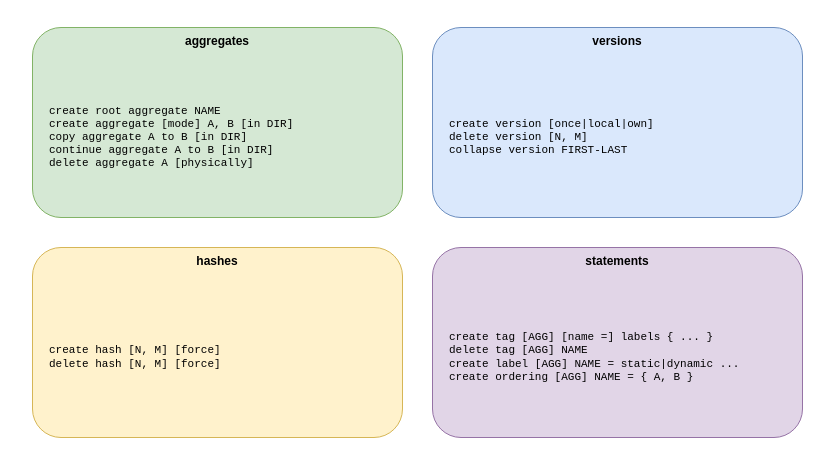
Above: drawio/13_wizard_commands.drawio in goloveshin/galimatron_doc (draw.io), before the change. Source tidied: cells renumbered, new cells numbered last; positions are measured from the earlier drawing's top-left corner, leaving out a move shared by most shapes. Both pictures are drawn from the tidied source at 100%, with x=0, y=0 at pixel (32, 27).
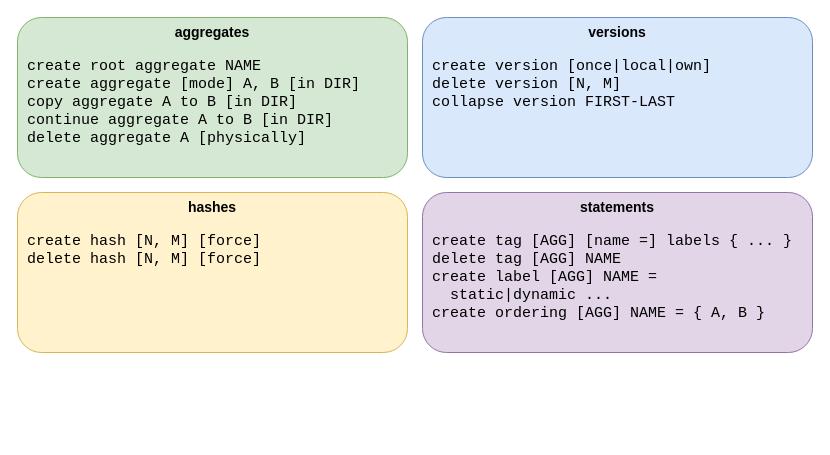
The same diagram, later.

What changed in the source:
```diff
@@
 <mxGraphModel>
   <root>
     <mxCell id="0" />
     <mxCell id="1" parent="0" />
-    <mxCell id="2" value="aggregates" style="rounded=1;whiteSpace=wrap;html=1;fillColor=#d5e8d4;strokeColor=#82b366;verticalAlign=top;fontStyle=1;" parent="1" vertex="1">
-      <mxGeometry width="370" height="190" as="geometry" />
+    <mxCell id="2" value="aggregates" style="rounded=1;whiteSpace=wrap;html=1;fillColor=#d5e8d4;strokeColor=#82b366;verticalAlign=top;fontStyle=1;fontSize=14;" parent="1" vertex="1">
+      <mxGeometry x="-15" y="-10" width="390" height="160" as="geometry" />
     </mxCell>
-    <mxCell id="3" value="create root aggregate NAME&lt;br&gt;create aggregate [mode] A, B [in DIR]&lt;br&gt;copy aggregate A to B [in DIR]&lt;br&gt;continue aggregate A to B [in DIR]&lt;br&gt;delete aggregate A [physically]" style="text;html=1;whiteSpace=wrap;verticalAlign=middle;align=left;fontSize=11;fontFamily=Courier New;" parent="1" vertex="1">
-      <mxGeometry x="15" y="35" width="340" height="150" as="geometry" />
+    <mxCell id="3" value="create root aggregate NAME&lt;br&gt;create aggregate [mode] A, B [in DIR]&lt;br&gt;copy aggregate A to B [in DIR]&lt;br&gt;continue aggregate A to B [in DIR]&lt;br&gt;delete aggregate A [physically]" style="text;html=1;whiteSpace=wrap;verticalAlign=top;align=left;fontSize=15;fontFamily=Courier New;" parent="1" vertex="1">
+      <mxGeometry x="-7" y="24" width="374" height="120" as="geometry" />
     </mxCell>
-    <mxCell id="4" value="versions" style="rounded=1;whiteSpace=wrap;html=1;fillColor=#dae8fc;strokeColor=#6c8ebf;verticalAlign=top;fontStyle=1;" parent="1" vertex="1">
-      <mxGeometry x="400" width="370" height="190" as="geometry" />
+    <mxCell id="4" value="versions" style="rounded=1;whiteSpace=wrap;html=1;fillColor=#dae8fc;strokeColor=#6c8ebf;verticalAlign=top;fontStyle=1;fontSize=14;" parent="1" vertex="1">
+      <mxGeometry x="390" y="-10" width="390" height="160" as="geometry" />
     </mxCell>
-    <mxCell id="5" value="create version [once|local|own]&lt;br&gt;delete version [N, M]&lt;br&gt;collapse version FIRST-LAST" style="text;html=1;whiteSpace=wrap;verticalAlign=middle;align=left;fontSize=11;fontFamily=Courier New;" parent="1" vertex="1">
-      <mxGeometry x="415" y="35" width="340" height="150" as="geometry" />
+    <mxCell id="5" value="create version [once|local|own]&lt;br&gt;delete version [N, M]&lt;br&gt;collapse version FIRST-LAST" style="text;html=1;whiteSpace=wrap;verticalAlign=top;align=left;fontSize=15;fontFamily=Courier New;" parent="1" vertex="1">
+      <mxGeometry x="398" y="24" width="374" height="120" as="geometry" />
     </mxCell>
-    <mxCell id="6" value="hashes" style="rounded=1;whiteSpace=wrap;html=1;fillColor=#fff2cc;strokeColor=#d6b656;verticalAlign=top;fontStyle=1;" parent="1" vertex="1">
-      <mxGeometry y="220" width="370" height="190" as="geometry" />
+    <mxCell id="6" value="hashes" style="rounded=1;whiteSpace=wrap;html=1;fillColor=#fff2cc;strokeColor=#d6b656;verticalAlign=top;fontStyle=1;fontSize=14;" parent="1" vertex="1">
+      <mxGeometry x="-15" y="165" width="390" height="160" as="geometry" />
     </mxCell>
-    <mxCell id="7" value="create hash [N, M] [force]&lt;br&gt;delete hash [N, M] [force]" style="text;html=1;whiteSpace=wrap;verticalAlign=middle;align=left;fontSize=11;fontFamily=Courier New;" parent="1" vertex="1">
-      <mxGeometry x="15" y="255" width="340" height="150" as="geometry" />
+    <mxCell id="7" value="create hash [N, M] [force]&lt;br&gt;delete hash [N, M] [force]" style="text;html=1;whiteSpace=wrap;verticalAlign=top;align=left;fontSize=15;fontFamily=Courier New;" parent="1" vertex="1">
+      <mxGeometry x="-7" y="199" width="374" height="120" as="geometry" />
     </mxCell>
-    <mxCell id="8" value="statements" style="rounded=1;whiteSpace=wrap;html=1;fillColor=#e1d5e7;strokeColor=#9673a6;verticalAlign=top;fontStyle=1;" parent="1" vertex="1">
-      <mxGeometry x="400" y="220" width="370" height="190" as="geometry" />
+    <mxCell id="8" value="statements" style="rounded=1;whiteSpace=wrap;html=1;fillColor=#e1d5e7;strokeColor=#9673a6;verticalAlign=top;fontStyle=1;fontSize=14;" parent="1" vertex="1">
+      <mxGeometry x="390" y="165" width="390" height="160" as="geometry" />
     </mxCell>
-    <mxCell id="9" value="create tag [AGG] [name =] labels { ... }&lt;br&gt;delete tag [AGG] NAME&lt;br&gt;create label [AGG] NAME = static|dynamic ...&lt;br&gt;create ordering [AGG] NAME = { A, B }" style="text;html=1;whiteSpace=wrap;verticalAlign=middle;align=left;fontSize=11;fontFamily=Courier New;" parent="1" vertex="1">
-      <mxGeometry x="415" y="255" width="340" height="150" as="geometry" />
+    <mxCell id="9" value="create tag [AGG] [name =] labels { ... }&lt;br&gt;delete tag [AGG] NAME&lt;br&gt;create label [AGG] NAME =&lt;br&gt;&amp;nbsp;&amp;nbsp;static|dynamic ...&lt;br&gt;create ordering [AGG] NAME = { A, B }" style="text;html=1;whiteSpace=wrap;verticalAlign=top;align=left;fontSize=15;fontFamily=Courier New;" parent="1" vertex="1">
+      <mxGeometry x="398" y="199" width="374" height="120" as="geometry" />
     </mxCell>
   </root>
 </mxGraphModel>
```
